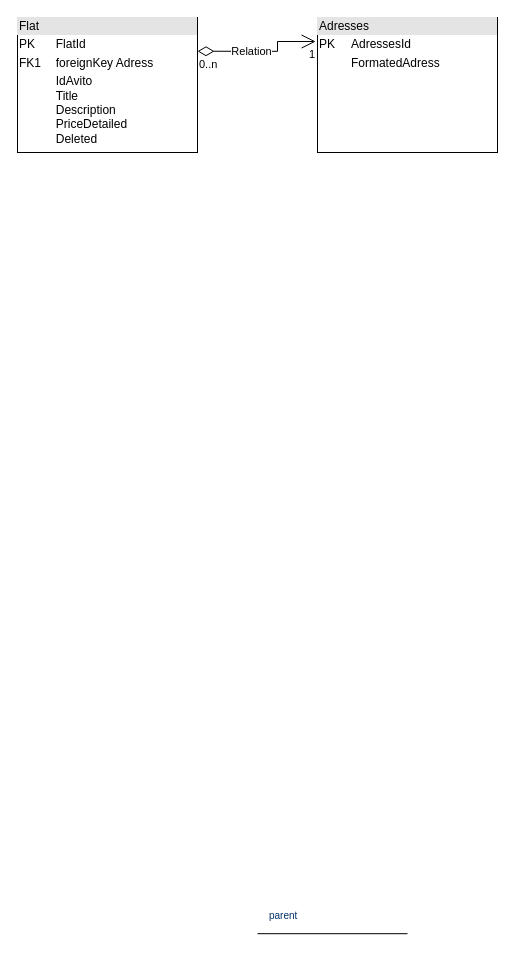
This is database.drawio from zvic81/flat_parsing, a draw.io file, before an edit. Source tidied: cells renumbered, new cells numbered last; positions are measured from the earlier drawing's top-left corner, leaving out a move shared by most shapes. Both pictures are drawn from the tidied source at 100%, with x=0, y=0 at pixel (17, 17).
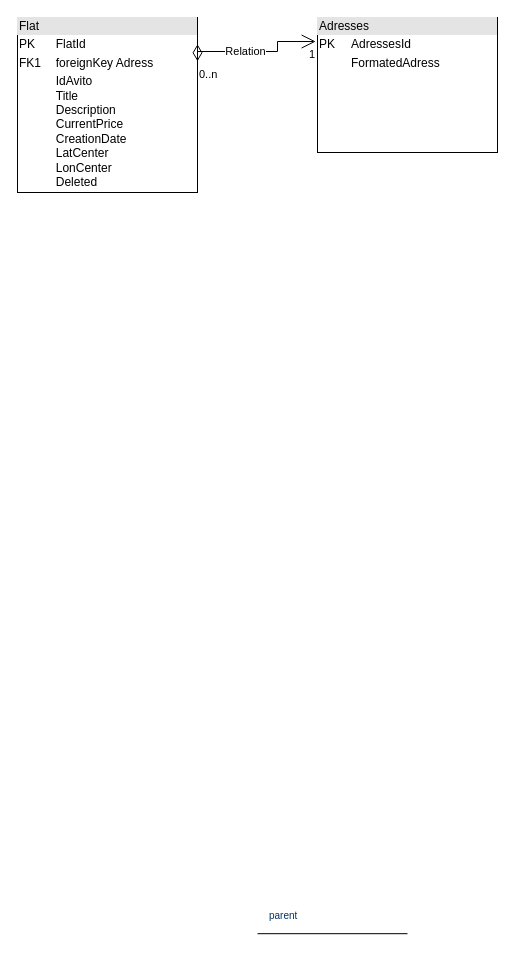
After the change.

Diff of the diagram source:
```diff
@@
 <mxGraphModel>
   <root>
     <mxCell id="0" />
     <mxCell id="1" parent="0" />
     <mxCell id="2" style="endArrow=none;edgeStyle=orthogonalEdgeStyle;" parent="1" edge="1">
       <mxGeometry x="190" y="950" as="geometry">
         <mxPoint x="240" y="916.2" as="sourcePoint" />
         <mxPoint x="390" y="916.2" as="targetPoint" />
       </mxGeometry>
     </mxCell>
     <mxCell id="3" value="parent" style="align=left;verticalAlign=bottom;labelBackgroundColor=#ffffff;fontSize=10;strokeColor=#003366;shadow=1;fillColor=#D4E1F5;fontColor=#003366;" parent="2" vertex="1">
       <mxGeometry x="-1" relative="1" as="geometry">
         <mxPoint x="10" y="-10" as="offset" />
       </mxGeometry>
     </mxCell>
-    <mxCell id="4" value="&lt;div style=&quot;box-sizing:border-box;width:100%;background:#e4e4e4;padding:2px;&quot;&gt;Flat&lt;/div&gt;&lt;table style=&quot;width:100%;font-size:1em;&quot; cellpadding=&quot;2&quot; cellspacing=&quot;0&quot;&gt;&lt;tbody&gt;&lt;tr&gt;&lt;td&gt;PK&lt;/td&gt;&lt;td&gt;FlatId&lt;/td&gt;&lt;/tr&gt;&lt;tr&gt;&lt;td&gt;FK1&lt;/td&gt;&lt;td&gt;foreignKey Adress&lt;br&gt;&lt;/td&gt;&lt;/tr&gt;&lt;tr&gt;&lt;td&gt;&lt;/td&gt;&lt;td&gt;IdAvito&lt;br&gt;Title&lt;br&gt;Description&lt;br&gt;PriceDetailed&lt;br&gt;Deleted&lt;br&gt;&lt;br&gt;&lt;/td&gt;&lt;/tr&gt;&lt;/tbody&gt;&lt;/table&gt;" style="verticalAlign=top;align=left;overflow=fill;html=1;" parent="1" vertex="1">
-      <mxGeometry width="180" height="135" as="geometry" />
+    <mxCell id="4" value="&lt;div style=&quot;box-sizing:border-box;width:100%;background:#e4e4e4;padding:2px;&quot;&gt;Flat&lt;/div&gt;&lt;table style=&quot;width:100%;font-size:1em;&quot; cellpadding=&quot;2&quot; cellspacing=&quot;0&quot;&gt;&lt;tbody&gt;&lt;tr&gt;&lt;td&gt;PK&lt;/td&gt;&lt;td&gt;FlatId&lt;/td&gt;&lt;/tr&gt;&lt;tr&gt;&lt;td&gt;FK1&lt;/td&gt;&lt;td&gt;foreignKey Adress&lt;br&gt;&lt;/td&gt;&lt;/tr&gt;&lt;tr&gt;&lt;td&gt;&lt;/td&gt;&lt;td&gt;IdAvito&lt;br&gt;Title&lt;br&gt;Description&lt;br&gt;CurrentPrice&lt;br&gt;CreationDate&lt;br&gt;LatCenter&lt;br&gt;LonCenter&lt;br&gt;Deleted&lt;br&gt;&lt;br&gt;&lt;br&gt;&lt;/td&gt;&lt;/tr&gt;&lt;/tbody&gt;&lt;/table&gt;" style="verticalAlign=top;align=left;overflow=fill;html=1;" parent="1" vertex="1">
+      <mxGeometry width="180" height="175" as="geometry" />
     </mxCell>
     <mxCell id="5" value="&lt;div style=&quot;box-sizing:border-box;width:100%;background:#e4e4e4;padding:2px;&quot;&gt;Adresses&lt;/div&gt;&lt;table style=&quot;width:100%;font-size:1em;&quot; cellpadding=&quot;2&quot; cellspacing=&quot;0&quot;&gt;&lt;tbody&gt;&lt;tr&gt;&lt;td&gt;PK&lt;/td&gt;&lt;td&gt;AdressesId&lt;/td&gt;&lt;/tr&gt;&lt;tr&gt;&lt;td&gt;&lt;br&gt;&lt;/td&gt;&lt;td&gt;FormatedAdress&lt;/td&gt;&lt;/tr&gt;&lt;/tbody&gt;&lt;/table&gt;" style="verticalAlign=top;align=left;overflow=fill;html=1;" parent="1" vertex="1">
       <mxGeometry x="300" width="180" height="135" as="geometry" />
     </mxCell>
     <mxCell id="6" value="Relation" style="endArrow=open;html=1;endSize=12;startArrow=diamondThin;startSize=14;startFill=0;edgeStyle=orthogonalEdgeStyle;rounded=0;entryX=-0.01;entryY=0.178;entryDx=0;entryDy=0;entryPerimeter=0;exitX=1;exitY=0.25;exitDx=0;exitDy=0;" parent="1" edge="1" source="4" target="5">
       <mxGeometry x="-0.16" relative="1" as="geometry">
         <Array as="points">
           <mxPoint x="260" y="34" />
           <mxPoint x="260" y="24" />
         </Array>
       </mxGeometry>
     </mxCell>
     <mxCell id="7" value="0..n" style="edgeLabel;html=1;align=left;verticalAlign=top;" parent="6" vertex="1">
       <mxGeometry x="-1" relative="1" as="geometry" />
     </mxCell>
     <mxCell id="8" value="1" style="edgeLabel;html=1;align=right;verticalAlign=top;" parent="6" vertex="1">
       <mxGeometry x="1" relative="1" as="geometry" />
     </mxCell>
   </root>
 </mxGraphModel>
```
